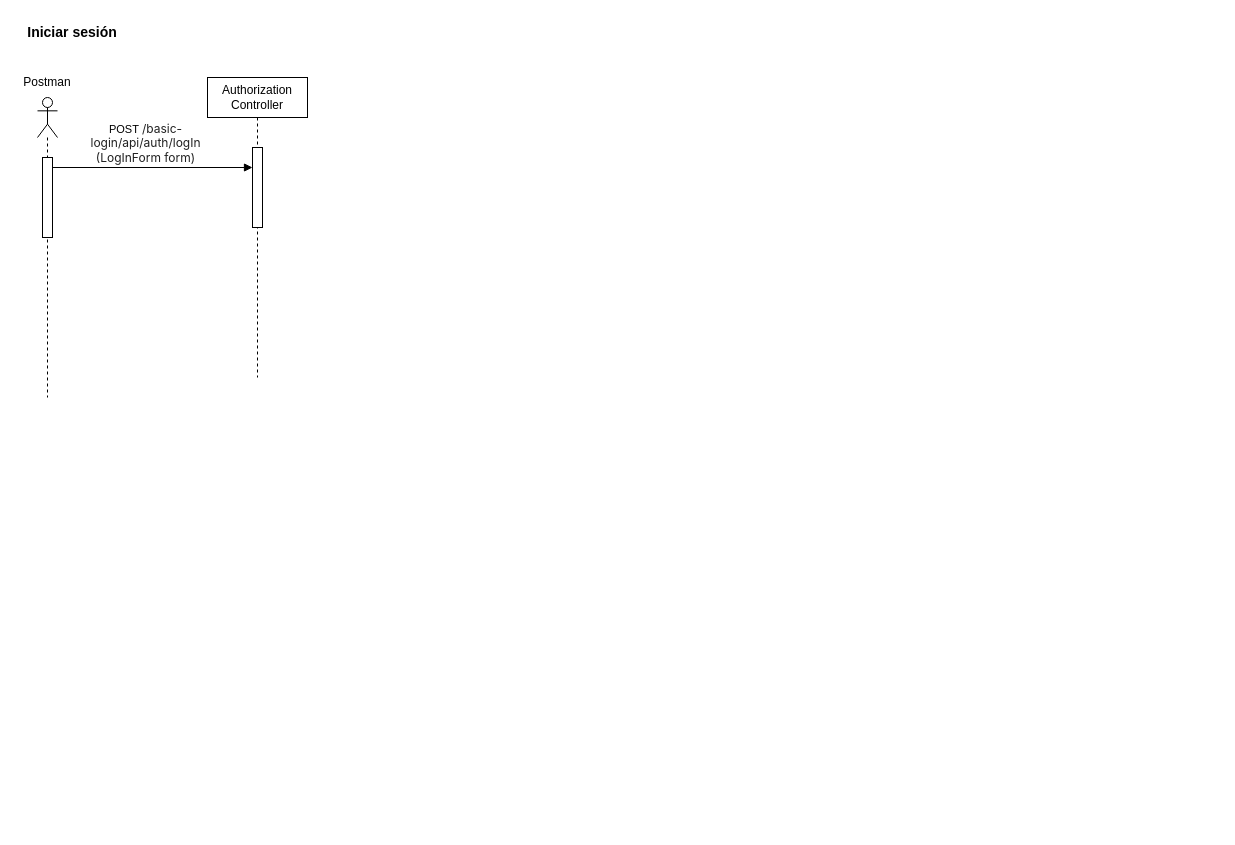
Earlier version of the draw.io diagram page "Diagrama_secuencia_login" (2 of 2) of Untitled Diagram.drawio (jdaniel3331/diagramas-drawio). Source tidied: cells renumbered, new cells numbered last; positions are measured from the earlier drawing's top-left corner, leaving out a move shared by most shapes. Both pictures are drawn from the tidied source at 100%, with x=0, y=0 at pixel (17, 17).
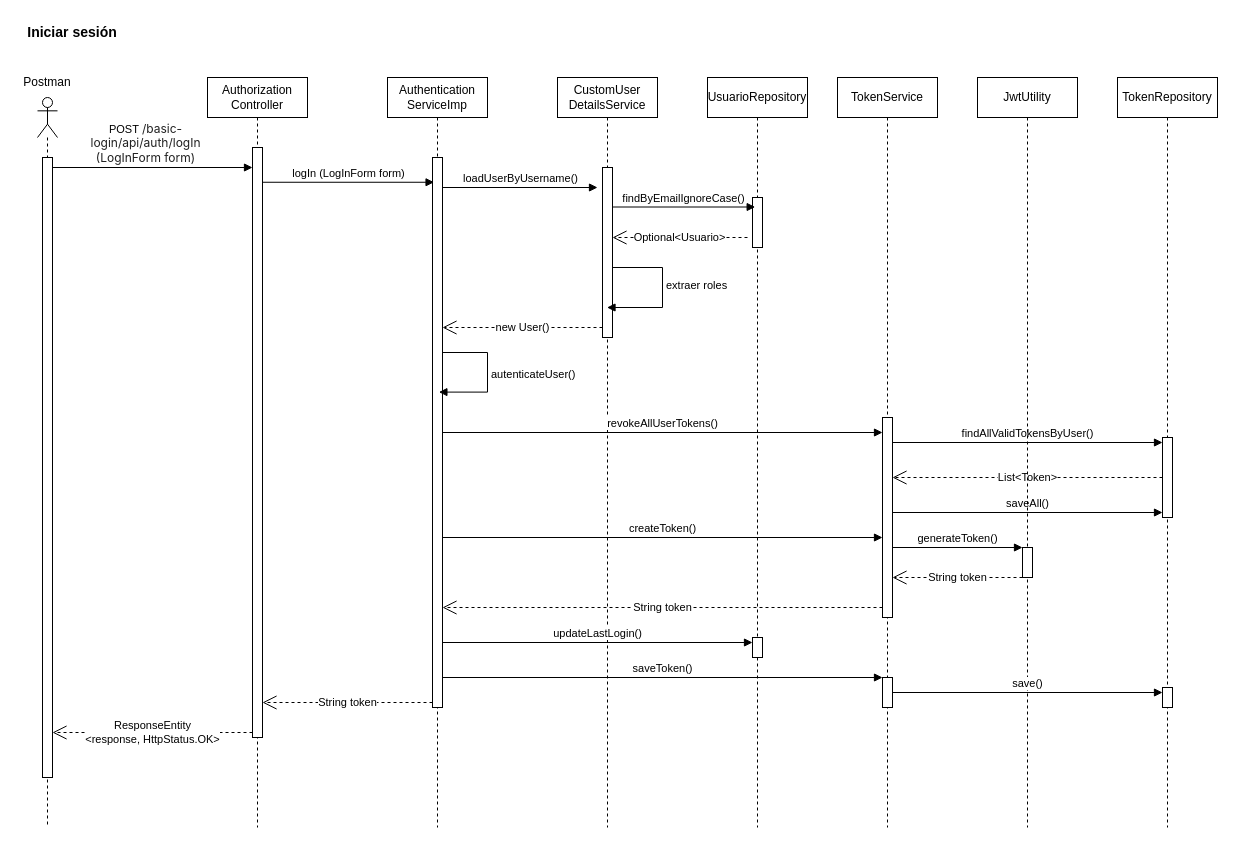
Above is the later version.

Commit message:
Diagrama de secuencia del login terminado

Change to the diagram source:
```diff
@@
     <mxCell id="3" style="shape=umlLifeline;perimeter=lifelinePerimeter;whiteSpace=wrap;html=1;newEdgeStyle={&quot;curved&quot;:0,&quot;rounded&quot;:0};participant=umlActor;" parent="1" vertex="1">
-      <mxGeometry x="20" y="80" width="20" height="300" as="geometry" />
+      <mxGeometry x="20" y="80" width="20" height="730" as="geometry" />
     </mxCell>
     <mxCell id="4" style="html=1;points=[[0,0,0,0,5],[0,1,0,0,-5],[1,0,0,0,5],[1,1,0,0,-5]];perimeter=orthogonalPerimeter;outlineConnect=0;targetShapes=umlLifeline;portConstraint=eastwest;newEdgeStyle={&quot;curved&quot;:0,&quot;rounded&quot;:0};" parent="3" vertex="1">
-      <mxGeometry x="5" y="60" width="10" height="80" as="geometry" />
+      <mxGeometry x="5" y="60" width="10" height="620" as="geometry" />
     </mxCell>
@@
     <mxCell id="7" value="Authorization&lt;div&gt;Controller&lt;/div&gt;" style="shape=umlLifeline;perimeter=lifelinePerimeter;whiteSpace=wrap;html=1;newEdgeStyle={&quot;curved&quot;:0,&quot;rounded&quot;:0};" parent="1" vertex="1">
-      <mxGeometry x="190" y="60" width="100" height="300" as="geometry" />
+      <mxGeometry x="190" y="60" width="100" height="750" as="geometry" />
     </mxCell>
     <mxCell id="8" style="html=1;points=[[0,0,0,0,5],[0,1,0,0,-5],[1,0,0,0,5],[1,1,0,0,-5]];perimeter=orthogonalPerimeter;outlineConnect=0;targetShapes=umlLifeline;portConstraint=eastwest;newEdgeStyle={&quot;curved&quot;:0,&quot;rounded&quot;:0};" parent="7" vertex="1">
-      <mxGeometry x="45" y="70" width="10" height="80" as="geometry" />
+      <mxGeometry x="45" y="70" width="10" height="590" as="geometry" />
     </mxCell>
+    <mxCell id="9" value="Authentication&lt;div&gt;ServiceImp&lt;/div&gt;" style="shape=umlLifeline;perimeter=lifelinePerimeter;whiteSpace=wrap;html=1;newEdgeStyle={&quot;curved&quot;:0,&quot;rounded&quot;:0};" parent="1" vertex="1">
+      <mxGeometry x="370" y="60" width="100" height="750" as="geometry" />
+    </mxCell>
+    <mxCell id="10" style="html=1;points=[[0,0,0,0,5],[0,1,0,0,-5],[1,0,0,0,5],[1,1,0,0,-5]];perimeter=orthogonalPerimeter;outlineConnect=0;targetShapes=umlLifeline;portConstraint=eastwest;newEdgeStyle={&quot;curved&quot;:0,&quot;rounded&quot;:0};" parent="9" vertex="1">
+      <mxGeometry x="45" y="80" width="10" height="550" as="geometry" />
+    </mxCell>
+    <mxCell id="11" value="autenticateUser()" style="html=1;align=left;spacingLeft=2;endArrow=block;rounded=0;edgeStyle=orthogonalEdgeStyle;curved=0;rounded=0;entryX=0.514;entryY=0.76;entryDx=0;entryDy=0;entryPerimeter=0;" parent="9" edge="1">
+      <mxGeometry relative="1" as="geometry">
+        <mxPoint x="55" y="275" as="sourcePoint" />
+        <mxPoint x="51.4" y="314.6" as="targetPoint" />
+        <Array as="points">
+          <mxPoint x="100" y="275" />
+          <mxPoint x="100" y="315" />
+        </Array>
+      </mxGeometry>
+    </mxCell>
+    <mxCell id="12" value="logIn (LogInForm form)" style="html=1;verticalAlign=bottom;endArrow=block;curved=0;rounded=0;entryX=0.156;entryY=0.045;entryDx=0;entryDy=0;entryPerimeter=0;" parent="1" edge="1" source="8" target="10">
+      <mxGeometry relative="1" as="geometry" />
+    </mxCell>
+    <mxCell id="13" value="CustomUser&lt;div&gt;DetailsService&lt;/div&gt;" style="shape=umlLifeline;perimeter=lifelinePerimeter;whiteSpace=wrap;html=1;outlineConnect=0;portConstraint=eastwest;newEdgeStyle={&quot;curved&quot;:0,&quot;rounded&quot;:0};" parent="1" vertex="1">
+      <mxGeometry x="540" y="60" width="100" height="750" as="geometry" />
+    </mxCell>
+    <mxCell id="14" style="html=1;points=[[0,0,0,0,5],[0,1,0,0,-5],[1,0,0,0,5],[1,1,0,0,-5]];perimeter=orthogonalPerimeter;outlineConnect=0;targetShapes=umlLifeline;portConstraint=eastwest;newEdgeStyle={&quot;curved&quot;:0,&quot;rounded&quot;:0};" parent="13" vertex="1">
+      <mxGeometry x="45" y="90" width="10" height="170" as="geometry" />
+    </mxCell>
+    <mxCell id="15" value="extraer roles" style="html=1;align=left;spacingLeft=2;endArrow=block;rounded=0;edgeStyle=orthogonalEdgeStyle;curved=0;rounded=0;" parent="13" edge="1" target="13">
+      <mxGeometry relative="1" as="geometry">
+        <mxPoint x="55" y="180" as="sourcePoint" />
+        <Array as="points">
+          <mxPoint x="55" y="190" />
+          <mxPoint x="105" y="190" />
+          <mxPoint x="105" y="230" />
+        </Array>
+      </mxGeometry>
+    </mxCell>
+    <mxCell id="16" value="loadUserByUsername()" style="html=1;verticalAlign=bottom;endArrow=block;curved=0;rounded=0;" parent="1" edge="1" source="10">
+      <mxGeometry relative="1" as="geometry">
+        <mxPoint x="580" y="170" as="targetPoint" />
+      </mxGeometry>
+    </mxCell>
+    <mxCell id="17" value="UsuarioRepository" style="shape=umlLifeline;perimeter=lifelinePerimeter;whiteSpace=wrap;html=1;newEdgeStyle={&quot;curved&quot;:0,&quot;rounded&quot;:0};" parent="1" vertex="1">
+      <mxGeometry x="690" y="60" width="100" height="750" as="geometry" />
+    </mxCell>
+    <mxCell id="18" style="html=1;points=[[0,0,0,0,5],[0,1,0,0,-5],[1,0,0,0,5],[1,1,0,0,-5]];perimeter=orthogonalPerimeter;outlineConnect=0;targetShapes=umlLifeline;portConstraint=eastwest;newEdgeStyle={&quot;curved&quot;:0,&quot;rounded&quot;:0};" parent="17" vertex="1">
+      <mxGeometry x="45" y="120" width="10" height="50" as="geometry" />
+    </mxCell>
+    <mxCell id="19" style="html=1;points=[[0,0,0,0,5],[0,1,0,0,-5],[1,0,0,0,5],[1,1,0,0,-5]];perimeter=orthogonalPerimeter;outlineConnect=0;targetShapes=umlLifeline;portConstraint=eastwest;newEdgeStyle={&quot;curved&quot;:0,&quot;rounded&quot;:0};" parent="17" vertex="1">
+      <mxGeometry x="45" y="560" width="10" height="20" as="geometry" />
+    </mxCell>
+    <mxCell id="20" value="findByEmailIgnoreCase()" style="html=1;verticalAlign=bottom;endArrow=block;curved=0;rounded=0;entryX=0.267;entryY=0.19;entryDx=0;entryDy=0;entryPerimeter=0;" parent="1" edge="1" source="14" target="18">
+      <mxGeometry relative="1" as="geometry" />
+    </mxCell>
+    <mxCell id="21" value="Optional&amp;lt;Usuario&amp;gt;" style="endArrow=open;endSize=12;dashed=1;html=1;rounded=0;" parent="1" edge="1">
+      <mxGeometry relative="1" as="geometry">
+        <mxPoint x="730" y="220" as="sourcePoint" />
+        <mxPoint x="595" y="220" as="targetPoint" />
+      </mxGeometry>
+    </mxCell>
+    <mxCell id="22" value="new User()" style="endArrow=open;endSize=12;dashed=1;html=1;rounded=0;" parent="1" edge="1">
+      <mxGeometry relative="1" as="geometry">
+        <mxPoint x="585" y="310" as="sourcePoint" />
+        <mxPoint x="425" y="310" as="targetPoint" />
+      </mxGeometry>
+    </mxCell>
+    <mxCell id="23" value="TokenService" style="shape=umlLifeline;perimeter=lifelinePerimeter;whiteSpace=wrap;html=1;newEdgeStyle={&quot;curved&quot;:0,&quot;rounded&quot;:0};" parent="1" vertex="1">
+      <mxGeometry x="820" y="60" width="100" height="750" as="geometry" />
+    </mxCell>
+    <mxCell id="24" style="html=1;points=[[0,0,0,0,5],[0,1,0,0,-5],[1,0,0,0,5],[1,1,0,0,-5]];perimeter=orthogonalPerimeter;outlineConnect=0;targetShapes=umlLifeline;portConstraint=eastwest;newEdgeStyle={&quot;curved&quot;:0,&quot;rounded&quot;:0};" parent="23" vertex="1">
+      <mxGeometry x="45" y="340" width="10" height="200" as="geometry" />
+    </mxCell>
+    <mxCell id="25" style="html=1;points=[[0,0,0,0,5],[0,1,0,0,-5],[1,0,0,0,5],[1,1,0,0,-5]];perimeter=orthogonalPerimeter;outlineConnect=0;targetShapes=umlLifeline;portConstraint=eastwest;newEdgeStyle={&quot;curved&quot;:0,&quot;rounded&quot;:0};" parent="23" vertex="1">
+      <mxGeometry x="45" y="600" width="10" height="30" as="geometry" />
+    </mxCell>
+    <mxCell id="26" value="revokeAllUserTokens()" style="html=1;verticalAlign=bottom;endArrow=block;curved=0;rounded=0;" parent="1" edge="1" source="10" target="24">
+      <mxGeometry relative="1" as="geometry" />
+    </mxCell>
+    <mxCell id="27" value="TokenRepository" style="shape=umlLifeline;perimeter=lifelinePerimeter;whiteSpace=wrap;html=1;newEdgeStyle={&quot;curved&quot;:0,&quot;rounded&quot;:0};" parent="1" vertex="1">
+      <mxGeometry x="1100" y="60" width="100" height="750" as="geometry" />
+    </mxCell>
+    <mxCell id="28" style="html=1;points=[[0,0,0,0,5],[0,1,0,0,-5],[1,0,0,0,5],[1,1,0,0,-5]];perimeter=orthogonalPerimeter;outlineConnect=0;targetShapes=umlLifeline;portConstraint=eastwest;newEdgeStyle={&quot;curved&quot;:0,&quot;rounded&quot;:0};" parent="27" vertex="1">
+      <mxGeometry x="45" y="360" width="10" height="80" as="geometry" />
+    </mxCell>
+    <mxCell id="29" style="html=1;points=[[0,0,0,0,5],[0,1,0,0,-5],[1,0,0,0,5],[1,1,0,0,-5]];perimeter=orthogonalPerimeter;outlineConnect=0;targetShapes=umlLifeline;portConstraint=eastwest;newEdgeStyle={&quot;curved&quot;:0,&quot;rounded&quot;:0};" parent="27" vertex="1">
+      <mxGeometry x="45" y="610" width="10" height="20" as="geometry" />
+    </mxCell>
+    <mxCell id="30" value="findAllValidTokensByUser()" style="html=1;verticalAlign=bottom;endArrow=block;curved=0;rounded=0;entryX=0;entryY=0;entryDx=0;entryDy=5;entryPerimeter=0;" parent="1" edge="1" source="24" target="28">
+      <mxGeometry relative="1" as="geometry" />
+    </mxCell>
+    <mxCell id="31" value="List&amp;lt;Token&amp;gt;" style="endArrow=open;endSize=12;dashed=1;html=1;rounded=0;" parent="1" edge="1" source="28" target="24">
+      <mxGeometry relative="1" as="geometry" />
+    </mxCell>
+    <mxCell id="32" value="saveAll()" style="html=1;verticalAlign=bottom;endArrow=block;curved=0;rounded=0;entryX=0;entryY=1;entryDx=0;entryDy=-5;entryPerimeter=0;" parent="1" edge="1" source="24" target="28">
+      <mxGeometry relative="1" as="geometry" />
+    </mxCell>
+    <mxCell id="33" value="createToken()" style="html=1;verticalAlign=bottom;endArrow=block;curved=0;rounded=0;" parent="1" edge="1">
+      <mxGeometry relative="1" as="geometry">
+        <mxPoint x="425" y="520" as="sourcePoint" />
+        <mxPoint x="865" y="520" as="targetPoint" />
+      </mxGeometry>
+    </mxCell>
+    <mxCell id="34" value="JwtUtility" style="shape=umlLifeline;perimeter=lifelinePerimeter;whiteSpace=wrap;html=1;newEdgeStyle={&quot;curved&quot;:0,&quot;rounded&quot;:0};" parent="1" vertex="1">
+      <mxGeometry x="960" y="60" width="100" height="750" as="geometry" />
+    </mxCell>
+    <mxCell id="35" style="html=1;points=[[0,0,0,0,5],[0,1,0,0,-5],[1,0,0,0,5],[1,1,0,0,-5]];perimeter=orthogonalPerimeter;outlineConnect=0;targetShapes=umlLifeline;portConstraint=eastwest;newEdgeStyle={&quot;curved&quot;:0,&quot;rounded&quot;:0};" parent="34" vertex="1">
+      <mxGeometry x="45" y="470" width="10" height="30" as="geometry" />
+    </mxCell>
+    <mxCell id="36" value="generateToken()" style="html=1;verticalAlign=bottom;endArrow=block;curved=0;rounded=0;" parent="1" edge="1" source="24" target="35">
+      <mxGeometry relative="1" as="geometry" />
+    </mxCell>
+    <mxCell id="37" value="String token" style="endArrow=open;endSize=12;dashed=1;html=1;rounded=0;" parent="1" edge="1" target="24">
+      <mxGeometry relative="1" as="geometry">
+        <mxPoint x="1005" y="560" as="sourcePoint" />
+      </mxGeometry>
+    </mxCell>
+    <mxCell id="38" value="String token" style="endArrow=open;endSize=12;dashed=1;html=1;rounded=0;" parent="1" edge="1">
+      <mxGeometry relative="1" as="geometry">
+        <mxPoint x="865" y="590" as="sourcePoint" />
+        <mxPoint x="425" y="590" as="targetPoint" />
+      </mxGeometry>
+    </mxCell>
+    <mxCell id="39" value="updateLastLogin()" style="html=1;verticalAlign=bottom;endArrow=block;curved=0;rounded=0;entryX=0;entryY=0;entryDx=0;entryDy=5;entryPerimeter=0;" parent="1" edge="1" source="10" target="19">
+      <mxGeometry relative="1" as="geometry" />
+    </mxCell>
+    <mxCell id="40" value="saveToken()" style="html=1;verticalAlign=bottom;endArrow=block;curved=0;rounded=0;" parent="1" edge="1" source="10" target="25">
+      <mxGeometry relative="1" as="geometry" />
+    </mxCell>
+    <mxCell id="41" value="save()" style="html=1;verticalAlign=bottom;endArrow=block;curved=0;rounded=0;entryX=0;entryY=0;entryDx=0;entryDy=5;entryPerimeter=0;" parent="1" edge="1" source="25" target="29">
+      <mxGeometry relative="1" as="geometry" />
+    </mxCell>
+    <mxCell id="42" value="String token" style="endArrow=open;endSize=12;dashed=1;html=1;rounded=0;exitX=0;exitY=1;exitDx=0;exitDy=-5;exitPerimeter=0;" parent="1" edge="1" source="10" target="8">
+      <mxGeometry relative="1" as="geometry" />
+    </mxCell>
+    <mxCell id="43" value="ResponseEntity&lt;div&gt;&amp;lt;response, HttpStatus.OK&amp;gt;&lt;/div&gt;" style="endArrow=open;endSize=12;dashed=1;html=1;rounded=0;exitX=0;exitY=1;exitDx=0;exitDy=-5;exitPerimeter=0;" parent="1" edge="1" source="8" target="4">
+      <mxGeometry relative="1" as="geometry" />
+    </mxCell>
```
